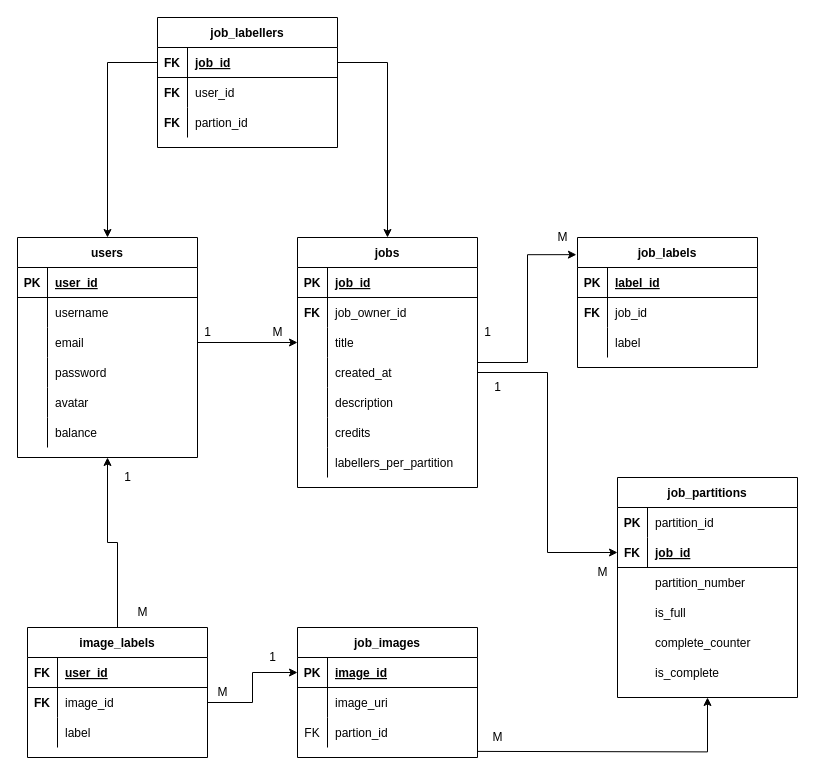
The draw.io diagram db_structure.drawio in faisal2754/Data-Labelling-Server, before the edit. Source tidied: cells renumbered, new cells numbered last; positions are measured from the earlier drawing's top-left corner, leaving out a move shared by most shapes. Both pictures are drawn from the tidied source at 100%, with x=0, y=0 at pixel (17, 17).
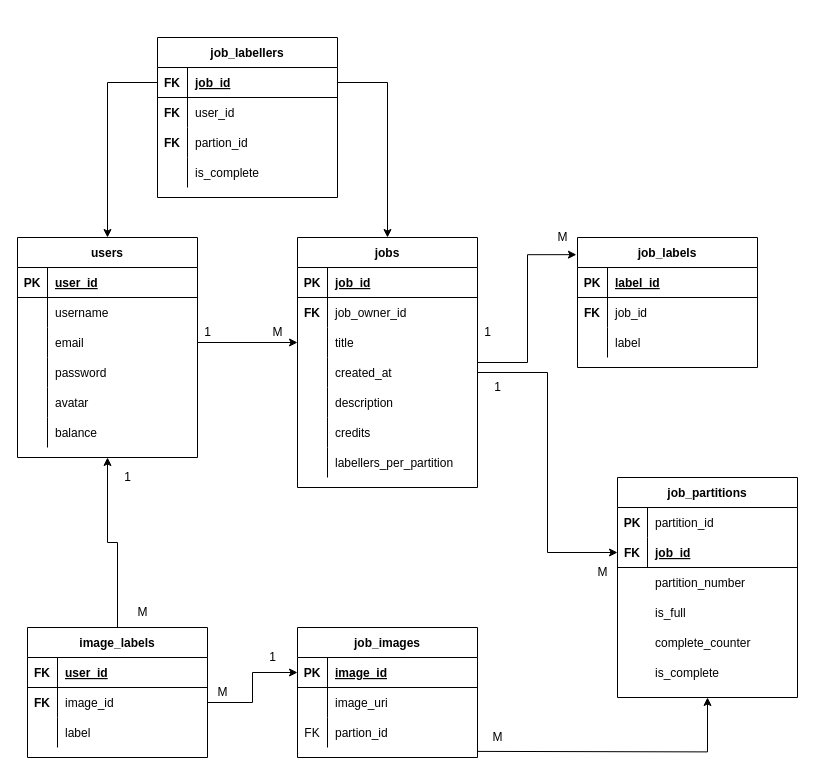
Above is the later version.

What changed in the source:
```diff
@@
     <mxCell id="81" value="job_labellers" style="shape=table;startSize=30;childLayout=tableLayout;rowLines=0;fontStyle=1;align=center;" parent="1" vertex="1">
-      <mxGeometry x="140" width="180" height="130" as="geometry" />
+      <mxGeometry x="140" y="20" width="180" height="160" as="geometry" />
     </mxCell>
@@
+    <mxCell id="113" style="shape=partialRectangle;fillColor=none;top=0;left=0;bottom=0;right=0;" parent="81" vertex="1">
+      <mxGeometry y="120" width="180" height="30" as="geometry" />
+    </mxCell>
+    <mxCell id="114" style="shape=partialRectangle;fillColor=none;top=0;left=0;bottom=0;right=0;overflow=hidden;fontStyle=1;" parent="113" vertex="1">
+      <mxGeometry width="30" height="30" as="geometry" />
+    </mxCell>
+    <mxCell id="115" value="is_complete" style="shape=partialRectangle;fillColor=none;top=0;left=0;bottom=0;right=0;align=left;spacingLeft=6;overflow=hidden;" parent="113" vertex="1">
+      <mxGeometry x="30" width="150" height="30" as="geometry" />
+    </mxCell>
```
